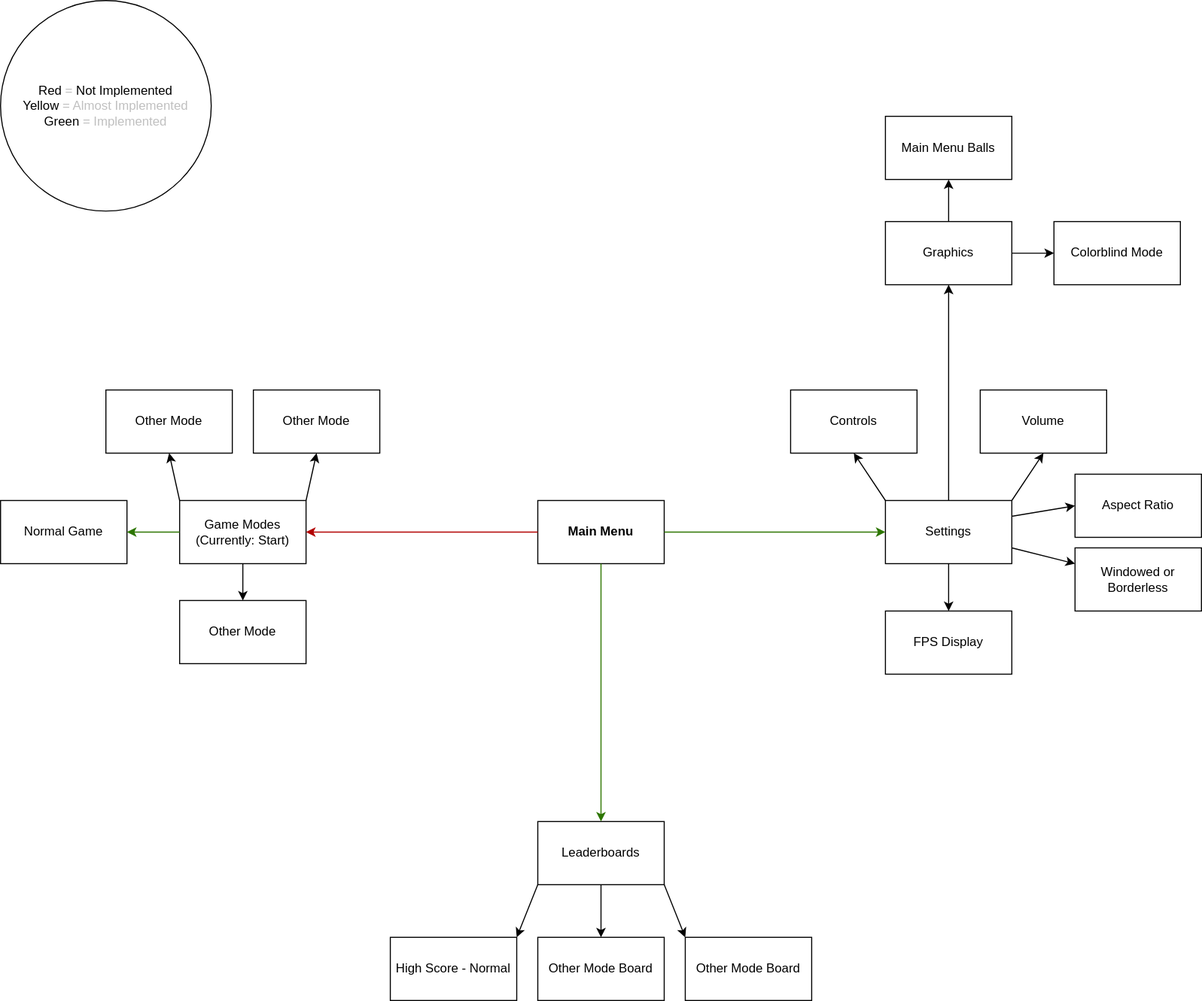
Before: drawing_file.drawio.svg, a diagram exported from draw.io (NickyMarson/Orbivore). Source tidied: cells renumbered, new cells last; positions are measured from the earlier drawing's top-left corner, leaving out a move shared by most shapes.
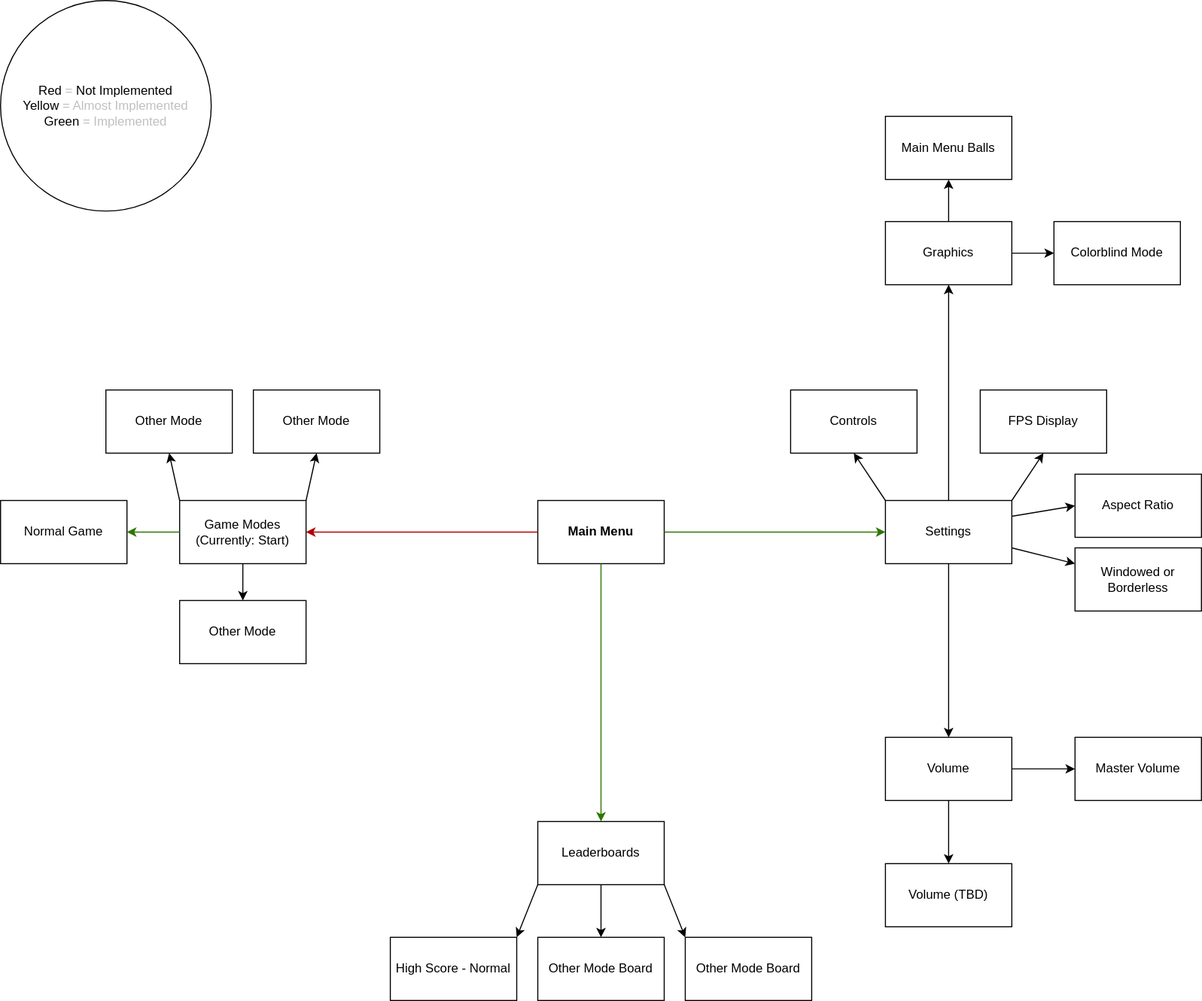
Above is the later version.

The edit, as a diff of the source:
```diff
@@ -65,7 +65,7 @@
     <mxCell id="22" style="endArrow=classic;html=1;exitX=0.5;exitY=1;exitDx=0;exitDy=0;strokeColor=light-dark(#000000,#CC0000);entryX=0.5;entryY=0;entryDx=0;entryDy=0;" parent="1" edge="1" source="3" target="19">
       <mxGeometry relative="1" as="geometry" />
     </mxCell>
-    <mxCell id="23" value="&lt;font style=&quot;color: light-dark(rgb(0, 0, 0), rgb(204, 0, 0));&quot;&gt;Graphics&lt;/font&gt;" style="rounded=0;whiteSpace=wrap;html=1;" parent="1" vertex="1">
+    <mxCell id="23" value="&lt;font style=&quot;color: light-dark(rgb(0, 0, 0), rgb(115, 177, 76));&quot;&gt;Graphics&lt;/font&gt;" style="rounded=0;whiteSpace=wrap;html=1;" parent="1" vertex="1">
       <mxGeometry x="840" y="210" width="120" height="60" as="geometry" />
     </mxCell>
     <mxCell id="24" value="&lt;font style=&quot;color: light-dark(rgb(0, 0, 0), rgb(204, 0, 0));&quot;&gt;Windowed or Borderless&lt;/font&gt;" style="rounded=0;whiteSpace=wrap;html=1;" parent="1" vertex="1">
@@ -74,19 +74,19 @@
     <mxCell id="25" value="&lt;font style=&quot;color: light-dark(rgb(0, 0, 0), rgb(204, 0, 0));&quot;&gt;Aspect Ratio&lt;/font&gt;" style="rounded=0;whiteSpace=wrap;html=1;" parent="1" vertex="1">
       <mxGeometry x="1020" y="450" width="120" height="60" as="geometry" />
     </mxCell>
-    <mxCell id="26" value="&lt;font style=&quot;color: light-dark(rgb(0, 0, 0), rgb(204, 0, 0));&quot;&gt;Volume&lt;/font&gt;" style="rounded=0;whiteSpace=wrap;html=1;" parent="1" vertex="1">
-      <mxGeometry x="930" y="370" width="120" height="60" as="geometry" />
+    <mxCell id="26" value="&lt;font style=&quot;color: light-dark(rgb(0, 0, 0), rgb(115, 177, 76));&quot;&gt;Volume&lt;/font&gt;" style="rounded=0;whiteSpace=wrap;html=1;" parent="1" vertex="1">
+      <mxGeometry x="840" y="700" width="120" height="60" as="geometry" />
     </mxCell>
     <mxCell id="27" value="&lt;font style=&quot;color: light-dark(rgb(0, 0, 0), rgb(255, 153, 51));&quot;&gt;FPS Display&lt;/font&gt;" style="rounded=0;whiteSpace=wrap;html=1;" parent="1" vertex="1">
-      <mxGeometry x="840" y="580" width="120" height="60" as="geometry" />
+      <mxGeometry x="930" y="370" width="120" height="60" as="geometry" />
     </mxCell>
     <mxCell id="28" value="&lt;font style=&quot;color: light-dark(rgb(0, 0, 0), rgb(204, 0, 0));&quot;&gt;Controls&lt;/font&gt;" style="rounded=0;whiteSpace=wrap;html=1;" parent="1" vertex="1">
       <mxGeometry x="750" y="370" width="120" height="60" as="geometry" />
     </mxCell>
-    <mxCell id="29" style="endArrow=classic;html=1;exitX=0.5;exitY=0;exitDx=0;exitDy=0;strokeColor=light-dark(#000000,#CC0000);entryX=0.5;entryY=1;entryDx=0;entryDy=0;" parent="1" edge="1" source="5" target="23">
+    <mxCell id="29" style="endArrow=classic;html=1;exitX=0.5;exitY=0;exitDx=0;exitDy=0;strokeColor=light-dark(#000000,#73B14C);entryX=0.5;entryY=1;entryDx=0;entryDy=0;" parent="1" edge="1" source="5" target="23">
       <mxGeometry relative="1" as="geometry" />
     </mxCell>
-    <mxCell id="30" style="endArrow=classic;html=1;exitX=1;exitY=0;exitDx=0;exitDy=0;strokeColor=light-dark(#000000,#CC0000);entryX=0.5;entryY=1;entryDx=0;entryDy=0;" parent="1" edge="1" source="5" target="26">
+    <mxCell id="30" style="endArrow=classic;html=1;exitX=0.5;exitY=1;exitDx=0;exitDy=0;strokeColor=light-dark(#000000,#73B14C);entryX=0.5;entryY=0;entryDx=0;entryDy=0;" parent="1" edge="1" source="5" target="26">
       <mxGeometry relative="1" as="geometry" />
     </mxCell>
     <mxCell id="31" style="endArrow=classic;html=1;exitX=0;exitY=0;exitDx=0;exitDy=0;strokeColor=light-dark(#000000,#CC0000);entryX=0.5;entryY=1;entryDx=0;entryDy=0;" parent="1" edge="1" source="5" target="28">
@@ -98,7 +98,7 @@
     <mxCell id="33" style="endArrow=classic;html=1;exitX=1;exitY=0.75;exitDx=0;exitDy=0;strokeColor=light-dark(#000000,#CC0000);entryX=0;entryY=0.25;entryDx=0;entryDy=0;" parent="1" edge="1" source="5" target="24">
       <mxGeometry relative="1" as="geometry" />
     </mxCell>
-    <mxCell id="34" style="endArrow=classic;html=1;exitX=0.5;exitY=1;exitDx=0;exitDy=0;strokeColor=light-dark(#000000,#FF9933);entryX=0.5;entryY=0;entryDx=0;entryDy=0;" parent="1" edge="1" source="5" target="27">
+    <mxCell id="34" style="endArrow=classic;html=1;strokeColor=light-dark(#000000,#FF9933);entryX=0.5;entryY=1;entryDx=0;entryDy=0;exitX=1;exitY=0;exitDx=0;exitDy=0;" parent="1" edge="1" source="5" target="27">
       <mxGeometry relative="1" as="geometry" />
     </mxCell>
     <mxCell id="35" value="&lt;font style=&quot;color: light-dark(rgb(0, 0, 0), rgb(204, 0, 0));&quot;&gt;Colorblind Mode&lt;/font&gt;" style="rounded=0;whiteSpace=wrap;html=1;" parent="1" vertex="1">
@@ -116,5 +116,17 @@
     <mxCell id="39" value="&lt;font style=&quot;color: light-dark(rgb(0, 0, 0), rgb(204, 0, 0));&quot;&gt;Red&lt;/font&gt;&lt;font style=&quot;color: light-dark(rgb(192, 192, 192), rgb(255, 255, 255));&quot;&gt;&amp;nbsp;= &lt;/font&gt;&lt;font style=&quot;color: light-dark(rgb(0, 0, 0), rgb(255, 255, 255));&quot;&gt;Not Implemented&lt;/font&gt;&lt;div&gt;&lt;font style=&quot;color: light-dark(rgb(0, 0, 0), rgb(255, 153, 51));&quot;&gt;Yellow&lt;/font&gt;&lt;span style=&quot;color: rgb(192, 192, 192); background-color: transparent;&quot;&gt;&amp;nbsp;&lt;/span&gt;&lt;span style=&quot;background-color: transparent; color: rgb(192, 192, 192);&quot;&gt;&lt;font style=&quot;color: light-dark(rgb(192, 192, 192), rgb(249, 249, 249));&quot;&gt;= Almost Implemented&lt;/font&gt;&lt;/span&gt;&lt;/div&gt;&lt;div&gt;&lt;font style=&quot;color: light-dark(rgb(0, 0, 0), rgb(115, 177, 76));&quot;&gt;Green&lt;/font&gt;&lt;span style=&quot;background-color: transparent;&quot;&gt;&lt;font style=&quot;color: light-dark(rgb(192, 192, 192), rgb(255, 255, 255));&quot;&gt;&amp;nbsp;= Implemented&lt;/font&gt;&lt;/span&gt;&lt;/div&gt;" style="ellipse;whiteSpace=wrap;html=1;" parent="1" vertex="1">
       <mxGeometry width="200" height="200" as="geometry" />
     </mxCell>
+    <mxCell id="40" style="endArrow=classic;html=1;exitX=0.5;exitY=1;exitDx=0;exitDy=0;strokeColor=light-dark(#000000,#CC0000);entryX=0.5;entryY=0;entryDx=0;entryDy=0;" parent="1" edge="1" source="26" target="42">
+      <mxGeometry relative="1" as="geometry" />
+    </mxCell>
+    <mxCell id="41" style="endArrow=classic;html=1;exitX=1;exitY=0.5;exitDx=0;exitDy=0;strokeColor=light-dark(#000000,#CC0000);entryX=0;entryY=0.5;entryDx=0;entryDy=0;" parent="1" edge="1" source="26" target="43">
+      <mxGeometry relative="1" as="geometry" />
+    </mxCell>
+    <mxCell id="42" value="&lt;font style=&quot;color: light-dark(rgb(0, 0, 0), rgb(204, 0, 0));&quot;&gt;Volume (TBD)&lt;/font&gt;" style="rounded=0;whiteSpace=wrap;html=1;" parent="1" vertex="1">
+      <mxGeometry x="840" y="820" width="120" height="60" as="geometry" />
+    </mxCell>
+    <mxCell id="43" value="&lt;font style=&quot;color: light-dark(rgb(0, 0, 0), rgb(204, 0, 0));&quot;&gt;Master Volume&lt;/font&gt;" style="rounded=0;whiteSpace=wrap;html=1;" parent="1" vertex="1">
+      <mxGeometry x="1020" y="700" width="120" height="60" as="geometry" />
+    </mxCell>
   </root>
 </mxGraphModel>
```
